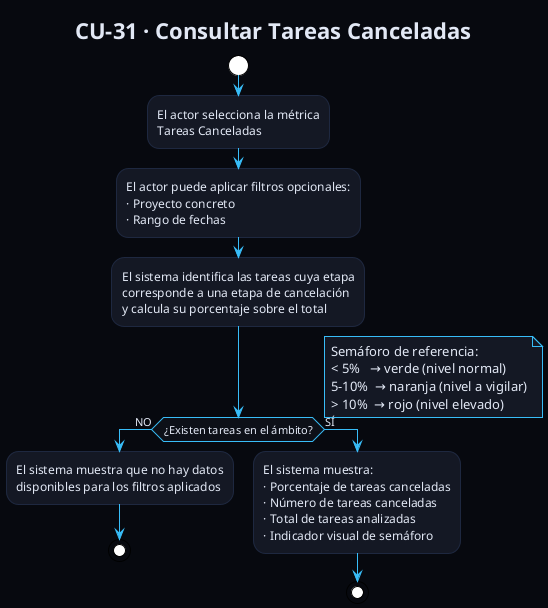
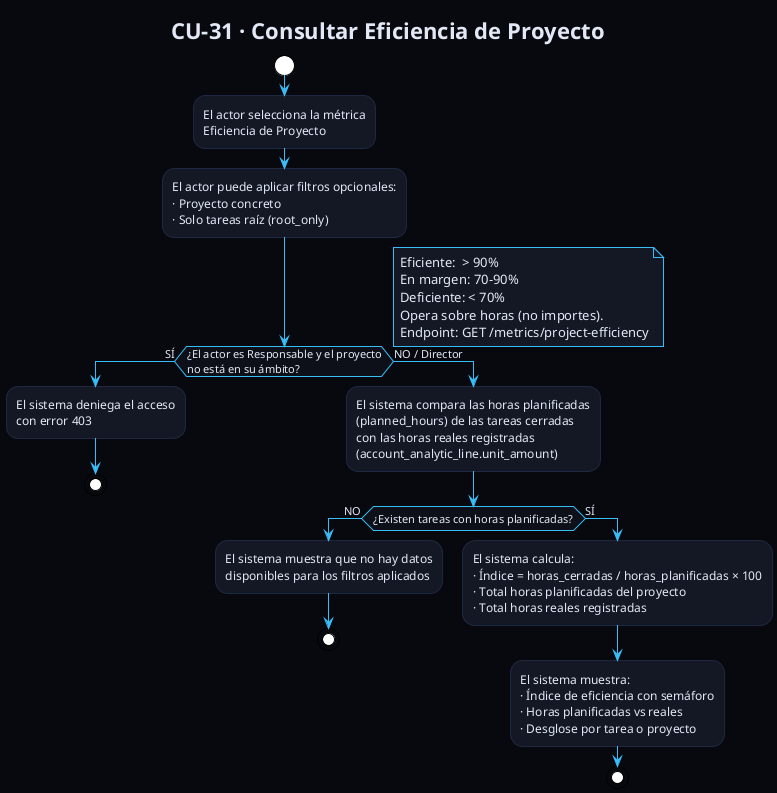
- @startuml CU31_TareasCanceladas
+ @startuml CU31_EficienciaProyecto
!theme plain
skinparam backgroundColor #07090F
skinparam defaultFontColor #E2E8F5
skinparam ArrowColor #38BDF8
skinparam ActivityBorderColor #1E2840
skinparam ActivityBackgroundColor #141824
skinparam ActivityDiamondBackgroundColor #0D1018
skinparam ActivityDiamondBorderColor #38BDF8
skinparam NoteBackgroundColor #141824
skinparam NoteBorderColor #38BDF8
- title CU-31 · Consultar Tareas Canceladas
+ title CU-31 · Consultar Eficiencia de Proyecto

start
:El actor selecciona la métrica
- Tareas Canceladas;
+ Eficiencia de Proyecto;
:El actor puede aplicar filtros opcionales:
· Proyecto concreto
- · Rango de fechas;
+ · Solo tareas raíz (root_only);

- :El sistema identifica las tareas cuya etapa
- corresponde a una etapa de cancelación
- y calcula su porcentaje sobre el total;
+ if (¿El actor es Responsable y el proyecto\nno está en su ámbito?) then (SÍ)
+   :El sistema deniega el acceso
+   con error 403;
+   stop
+ else (NO / Director)
+   :El sistema compara las horas planificadas
+   (planned_hours) de las tareas cerradas
+   con las horas reales registradas
+   (account_analytic_line.unit_amount);

- if (¿Existen tareas en el ámbito?) then (NO)
-   :El sistema muestra que no hay datos
-   disponibles para los filtros aplicados;
-   stop
- else (SÍ)
-   :El sistema muestra:
-   · Porcentaje de tareas canceladas
-   · Número de tareas canceladas
-   · Total de tareas analizadas
-   · Indicador visual de semáforo;
-   stop
+   if (¿Existen tareas con horas planificadas?) then (NO)
+     :El sistema muestra que no hay datos
+     disponibles para los filtros aplicados;
+     stop
+   else (SÍ)
+     :El sistema calcula:
+     · Índice = horas_cerradas / horas_planificadas × 100
+     · Total horas planificadas del proyecto
+     · Total horas reales registradas;
+     :El sistema muestra:
+     · Índice de eficiencia con semáforo
+     · Horas planificadas vs reales
+     · Desglose por tarea o proyecto;
+     stop
+   endif
endif

note right
-   Semáforo de referencia:
-   < 5%   → verde (nivel normal)
-   5-10%  → naranja (nivel a vigilar)
-   > 10%  → rojo (nivel elevado)
+   Eficiente:  > 90%
+   En margen: 70-90%
+   Deficiente: < 70%
+   Opera sobre horas (no importes).
+   Endpoint: GET /metrics/project-efficiency
end note

@enduml
